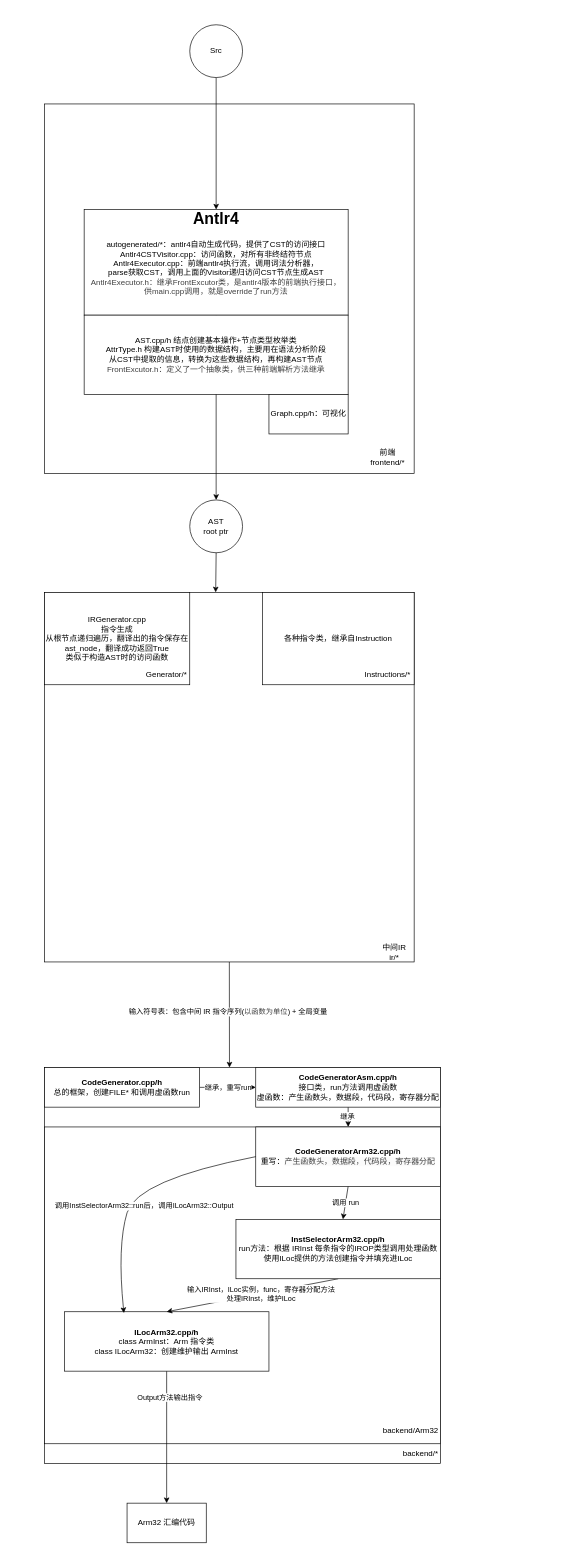
Above: struction.drawio in berry212/Compiler_MiniC (draw.io), before the change. Source tidied: cells renumbered, new cells numbered last; positions are measured from the earlier drawing's top-left corner, leaving out a move shared by most shapes. Both pictures are drawn from the tidied source at 66%, with x=0, y=0 at pixel (44, 24).
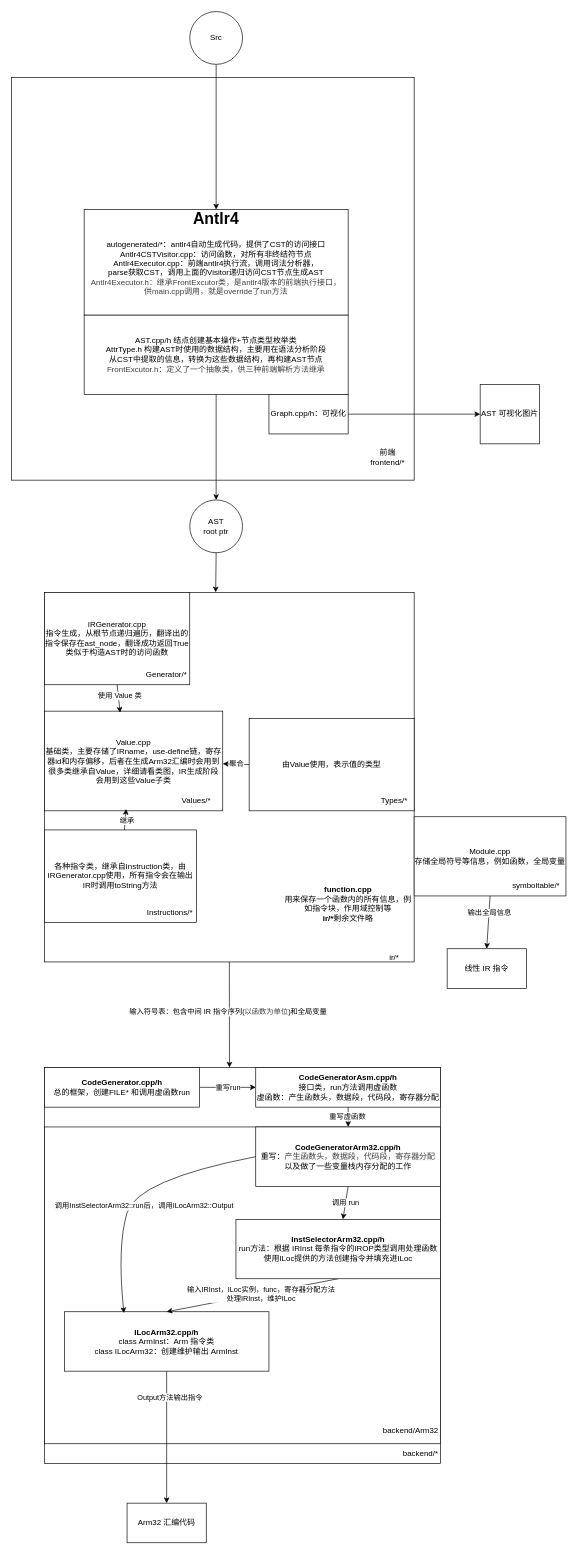
Above is the later version.

The change refers to these unchanged cells:
```xml
<mxCell id="11" style="edgeStyle=none;html=1;exitX=0.5;exitY=1;exitDx=0;exitDy=0;entryX=0.467;entryY=0;entryDx=0;entryDy=0;entryPerimeter=0;" parent="1" edge="1" source="13" target="21">
  <mxGeometry relative="1" as="geometry" />
</mxCell>
<mxCell id="13" style="whiteSpace=wrap;html=1;" parent="1" vertex="1">
  <mxGeometry y="860" width="560" height="560" as="geometry" />
</mxCell>
<mxCell id="20" value="Graph.cpp/h：可视化" style="rounded=0;whiteSpace=wrap;html=1;" parent="1" vertex="1">
  <mxGeometry x="340" y="560" width="120" height="60" as="geometry" />
</mxCell>
<mxCell id="23" style="edgeStyle=none;html=1;exitX=1;exitY=0.5;exitDx=0;exitDy=0;entryX=0;entryY=0.5;entryDx=0;entryDy=0;" parent="1" edge="1" source="25" target="29">
  <mxGeometry relative="1" as="geometry" />
</mxCell>
<mxCell id="27" style="edgeStyle=none;html=1;exitX=0.5;exitY=1;exitDx=0;exitDy=0;" parent="1" edge="1">
  <mxGeometry relative="1" as="geometry">
    <mxPoint x="460" y="1640" as="sourcePoint" />
    <mxPoint x="460" y="1670" as="targetPoint" />
  </mxGeometry>
</mxCell>
```

Change to the diagram source:
```diff
@@
     <mxCell id="2" style="whiteSpace=wrap;html=1;" parent="1" vertex="1">
-      <mxGeometry y="120" width="560" height="560" as="geometry" />
+      <mxGeometry x="-50" y="80" width="610" height="610" as="geometry" />
     </mxCell>
@@
     <mxCell id="7" value="Src" style="ellipse;whiteSpace=wrap;html=1;" parent="1" vertex="1">
-      <mxGeometry x="220" width="80" height="80" as="geometry" />
+      <mxGeometry x="220" y="-20" width="80" height="80" as="geometry" />
     </mxCell>
@@
-    <mxCell id="12" value="&lt;div&gt;输入符号表：包含&lt;span style=&quot;background-color: light-dark(#ffffff, var(--ge-dark-color, #121212));&quot;&gt;中间 IR 指令序列(&lt;/span&gt;&lt;span style=&quot;color: rgb(63, 63, 63);&quot;&gt;以函数为单位&lt;/span&gt;&lt;span style=&quot;background-color: light-dark(#ffffff, var(--ge-dark-color, #121212));&quot;&gt;) + 全局变量&lt;/span&gt;&lt;/div&gt;" style="edgeLabel;html=1;align=center;verticalAlign=middle;" parent="11" vertex="1">
+    <mxCell id="12" value="&lt;div&gt;输入符号表：包含&lt;span style=&quot;background-color: light-dark(#ffffff, var(--ge-dark-color, #121212));&quot;&gt;中间 IR 指令序列(&lt;/span&gt;&lt;span style=&quot;color: rgb(63, 63, 63);&quot;&gt;以函数为单位&lt;/span&gt;&lt;span style=&quot;background-color: light-dark(#ffffff, var(--ge-dark-color, #121212));&quot;&gt;)和全局变量&lt;/span&gt;&lt;/div&gt;" style="edgeLabel;html=1;align=center;verticalAlign=middle;" parent="11" vertex="1">
       <mxGeometry x="-0.06" y="-3" relative="1" as="geometry" />
     </mxCell>
@@
-    <mxCell id="14" value="中间IR&lt;div&gt;ir/*&lt;/div&gt;" style="text;html=1;align=center;verticalAlign=middle;whiteSpace=wrap;rounded=0;" parent="1" vertex="1">
+    <mxCell id="14" value="&lt;br&gt;&lt;div&gt;ir/*&lt;/div&gt;" style="text;html=1;align=center;verticalAlign=middle;whiteSpace=wrap;rounded=0;" parent="1" vertex="1">
       <mxGeometry x="500" y="1390" width="60" height="30" as="geometry" />
     </mxCell>
-    <mxCell id="15" value="&lt;span style=&quot;color: rgb(0, 0, 0);&quot;&gt;IRGenerator.cpp&lt;/span&gt;&lt;div&gt;指令生成&lt;/div&gt;&lt;div&gt;从根节点递归遍历，翻译出的指令保存在ast_node，翻译成功返回True&lt;/div&gt;&lt;div&gt;类似于构造AST时的访问函数&lt;/div&gt;" style="rounded=0;whiteSpace=wrap;html=1;" parent="1" vertex="1">
+    <mxCell id="15" value="&lt;span style=&quot;color: rgb(0, 0, 0);&quot;&gt;IRGenerator.cpp&lt;/span&gt;&lt;div&gt;指令生成，&lt;span style=&quot;background-color: transparent;&quot;&gt;从根节点递归遍历，翻译出的指令保存在ast_node，翻译成功返回True&lt;/span&gt;&lt;/div&gt;&lt;div&gt;类似于构造AST时的访问函数&lt;/div&gt;" style="rounded=0;whiteSpace=wrap;html=1;" parent="1" vertex="1">
       <mxGeometry y="860" width="220" height="140" as="geometry" />
     </mxCell>
@@
-    <mxCell id="18" value="各种指令类，继承自Instruction" style="rounded=0;whiteSpace=wrap;html=1;" parent="1" vertex="1">
-      <mxGeometry x="330" y="860" width="230" height="140" as="geometry" />
+    <mxCell id="18" value="各种指令类，继承自Instruction类，由IRGenerator.cpp使用，所有指令会在输出IR时调用toString方法" style="rounded=0;whiteSpace=wrap;html=1;" parent="1" vertex="1">
+      <mxGeometry y="1220" width="230" height="140" as="geometry" />
     </mxCell>
     <mxCell id="19" value="Instructions/*" style="text;html=1;align=center;verticalAlign=middle;whiteSpace=wrap;rounded=0;" parent="1" vertex="1">
-      <mxGeometry x="480" y="970" width="80" height="30" as="geometry" />
+      <mxGeometry x="150" y="1330" width="80" height="30" as="geometry" />
     </mxCell>
+    <mxCell id="43" style="edgeStyle=none;html=1;exitX=1;exitY=0.5;exitDx=0;exitDy=0;entryX=0;entryY=0.5;entryDx=0;entryDy=0;" parent="1" edge="1" source="20" target="55">
+      <mxGeometry relative="1" as="geometry" />
+    </mxCell>
@@
-    <mxCell id="24" value="继承，重写run" style="edgeLabel;html=1;align=center;verticalAlign=middle;" parent="23" vertex="1">
+    <mxCell id="24" value="重写run" style="edgeLabel;html=1;align=center;verticalAlign=middle;" parent="23" vertex="1">
       <mxGeometry x="-0.02" y="1" relative="1" as="geometry" />
     </mxCell>
@@
-    <mxCell id="28" value="继承" style="edgeLabel;html=1;align=center;verticalAlign=middle;" parent="27" vertex="1">
+    <mxCell id="28" value="重写虚函数" style="edgeLabel;html=1;align=center;verticalAlign=middle;" parent="27" vertex="1">
       <mxGeometry x="-0.12" y="-2" relative="1" as="geometry" />
     </mxCell>
@@
-    <mxCell id="33" value="&lt;b&gt;CodeGeneratorArm32.cpp/h&lt;/b&gt;&lt;div&gt;重写：&lt;span style=&quot;background-color: rgb(251, 251, 251); color: rgb(63, 63, 63);&quot;&gt;产生函数头，数据段，代码段，寄存器分配&lt;/span&gt;&lt;/div&gt;" style="rounded=0;whiteSpace=wrap;html=1;" parent="1" vertex="1">
+    <mxCell id="33" value="&lt;b&gt;CodeGeneratorArm32.cpp/h&lt;/b&gt;&lt;div&gt;重写：&lt;span style=&quot;background-color: rgb(251, 251, 251); color: rgb(63, 63, 63);&quot;&gt;产生函数头，数据段，代码段，寄存器分配&lt;/span&gt;&lt;/div&gt;&lt;div&gt;以及做了一些变量栈内存分配的工作&lt;/div&gt;" style="rounded=0;whiteSpace=wrap;html=1;" parent="1" vertex="1">
       <mxGeometry x="320" y="1670" width="280" height="90" as="geometry" />
     </mxCell>
@@
+    <mxCell id="44" style="edgeStyle=none;html=1;" parent="1" edge="1" source="47" target="13">
+      <mxGeometry relative="1" as="geometry" />
+    </mxCell>
+    <mxCell id="45" style="edgeStyle=none;html=1;exitX=0;exitY=0.5;exitDx=0;exitDy=0;" parent="1" edge="1" source="47" target="49">
+      <mxGeometry relative="1" as="geometry" />
+    </mxCell>
+    <mxCell id="46" value="聚合" style="edgeLabel;html=1;align=center;verticalAlign=middle;" parent="45" vertex="1">
+      <mxGeometry x="-0.01" y="-2" relative="1" as="geometry" />
+    </mxCell>
+    <mxCell id="47" value="由Value使用，表示值的类型" style="rounded=0;whiteSpace=wrap;html=1;" parent="1" vertex="1">
+      <mxGeometry x="310" y="1051" width="250" height="140" as="geometry" />
+    </mxCell>
+    <mxCell id="48" value="Types/*" style="text;html=1;align=center;verticalAlign=middle;whiteSpace=wrap;rounded=0;" parent="1" vertex="1">
+      <mxGeometry x="500" y="1161" width="60" height="30" as="geometry" />
+    </mxCell>
+    <mxCell id="49" value="Value.cpp&lt;div&gt;基础类，主要存储了IRname，use-define链，寄存器id和内存偏移，后者在生成Arm32汇编时会用到&lt;/div&gt;&lt;div&gt;很多类继承自Value，详细请看类图，IR生成阶段会用到这些Value子类&lt;/div&gt;" style="rounded=0;whiteSpace=wrap;html=1;" parent="1" vertex="1">
+      <mxGeometry y="1040" width="270" height="151" as="geometry" />
+    </mxCell>
+    <mxCell id="50" value="Values/*" style="text;html=1;align=center;verticalAlign=middle;whiteSpace=wrap;rounded=0;" parent="1" vertex="1">
+      <mxGeometry x="200" y="1161" width="60" height="30" as="geometry" />
+    </mxCell>
+    <mxCell id="51" style="edgeStyle=none;html=1;entryX=0.458;entryY=0.982;entryDx=0;entryDy=0;entryPerimeter=0;" parent="1" edge="1" source="18" target="49">
+      <mxGeometry relative="1" as="geometry" />
+    </mxCell>
+    <mxCell id="52" value="继承" style="edgeLabel;html=1;align=center;verticalAlign=middle;" parent="51" vertex="1">
+      <mxGeometry x="-0.07" y="-2" relative="1" as="geometry" />
+    </mxCell>
+    <mxCell id="53" style="edgeStyle=none;html=1;exitX=0.5;exitY=1;exitDx=0;exitDy=0;entryX=0.424;entryY=0.015;entryDx=0;entryDy=0;entryPerimeter=0;" parent="1" edge="1" source="15" target="49">
+      <mxGeometry relative="1" as="geometry" />
+    </mxCell>
+    <mxCell id="54" value="使用 Value 类" style="edgeLabel;html=1;align=center;verticalAlign=middle;" parent="53" vertex="1">
+      <mxGeometry x="-0.18" y="2" relative="1" as="geometry" />
+    </mxCell>
+    <mxCell id="55" value="AST 可视化图片" style="whiteSpace=wrap;html=1;" parent="1" vertex="1">
+      <mxGeometry x="660" y="545" width="90" height="90" as="geometry" />
+    </mxCell>
+    <mxCell id="56" value="&lt;div&gt;&lt;b&gt;function.cpp&lt;/b&gt;&lt;/div&gt;&lt;div&gt;用来保存一个函数内的所有信息，例如指令块，作用域控制等&lt;br&gt;&lt;b&gt;ir/*&lt;/b&gt;剩余文件略&lt;/div&gt;" style="text;html=1;align=center;verticalAlign=middle;whiteSpace=wrap;rounded=0;" parent="1" vertex="1">
+      <mxGeometry x="362" y="1279" width="196" height="105" as="geometry" />
+    </mxCell>
+    <mxCell id="57" style="edgeStyle=none;html=1;exitX=0.5;exitY=1;exitDx=0;exitDy=0;" parent="1" edge="1" source="59">
+      <mxGeometry relative="1" as="geometry">
+        <mxPoint x="670" y="1400" as="targetPoint" />
+      </mxGeometry>
+    </mxCell>
+    <mxCell id="58" value="输出全局信息" style="edgeLabel;html=1;align=center;verticalAlign=middle;" parent="57" vertex="1">
+      <mxGeometry x="-0.36" relative="1" as="geometry" />
+    </mxCell>
+    <mxCell id="59" value="Module.cpp&lt;div&gt;存储全局符号等信息，例如函数，全局变量&lt;/div&gt;" style="rounded=0;whiteSpace=wrap;html=1;" parent="1" vertex="1">
+      <mxGeometry x="560" y="1200" width="230" height="120" as="geometry" />
+    </mxCell>
+    <mxCell id="60" value="symboltable/*" style="text;html=1;align=center;verticalAlign=middle;whiteSpace=wrap;rounded=0;" parent="1" vertex="1">
+      <mxGeometry x="700" y="1290" width="90" height="30" as="geometry" />
+    </mxCell>
+    <mxCell id="61" value="线性 IR 指令" style="rounded=0;whiteSpace=wrap;html=1;" parent="1" vertex="1">
+      <mxGeometry x="610" y="1400" width="120" height="60" as="geometry" />
+    </mxCell>
```
